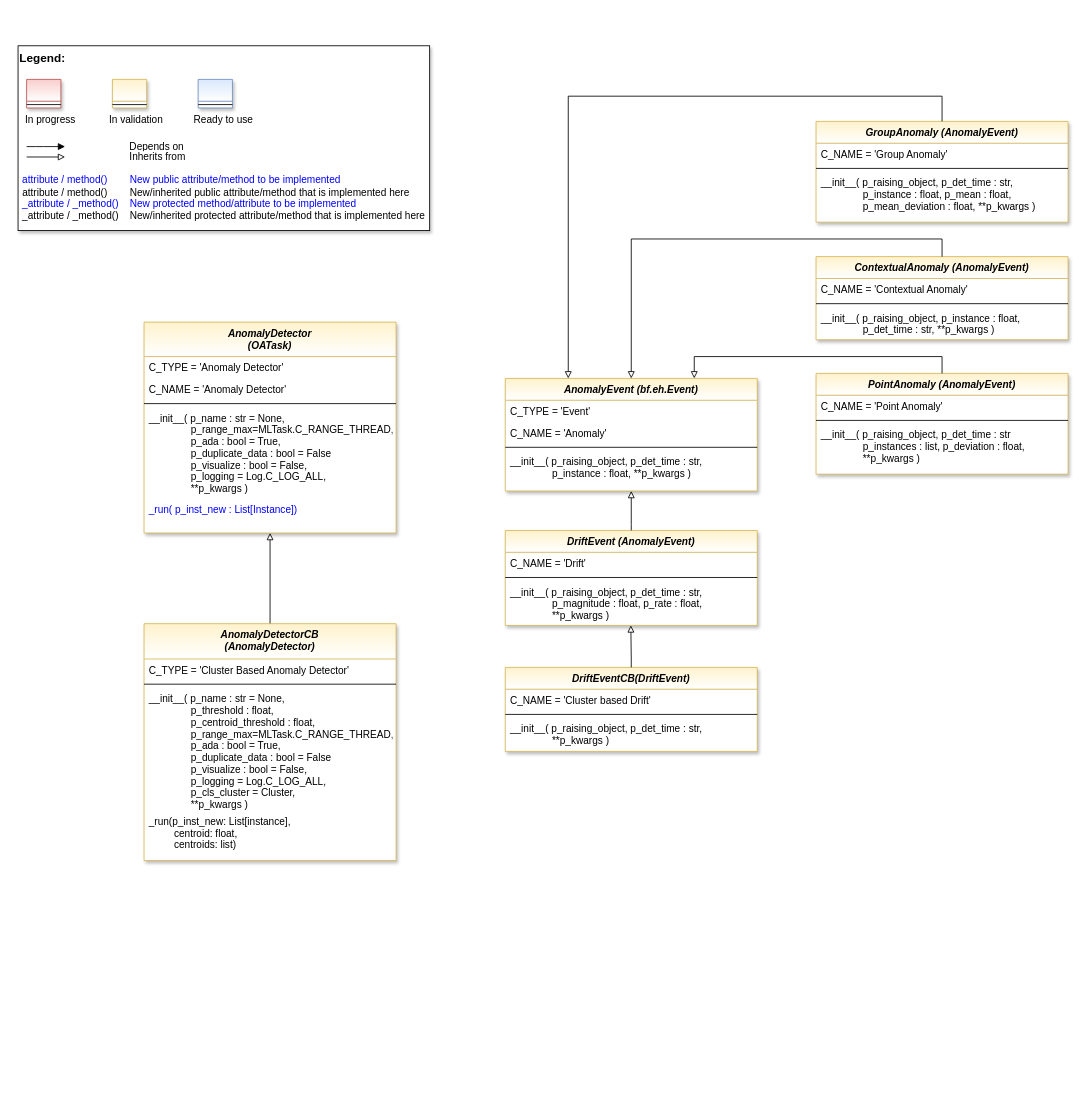
fhswf/MLPro keeps this draw.io diagram as page "Page-1" (1 of 2) of doc/rtd/content/99_appendices/appendix2/sub/core/mlpro_oa/streams/tasks/images/MLPro-OA_Anomaly_Detectors_class_diagram.drawio. Above is the earlier version. Source tidied: cells renumbered, new cells numbered last; positions are measured from the earlier drawing's top-left corner, leaving out a move shared by most shapes. Both pictures are drawn from the tidied source at 84%, with x=0, y=0 at pixel (18, 45).
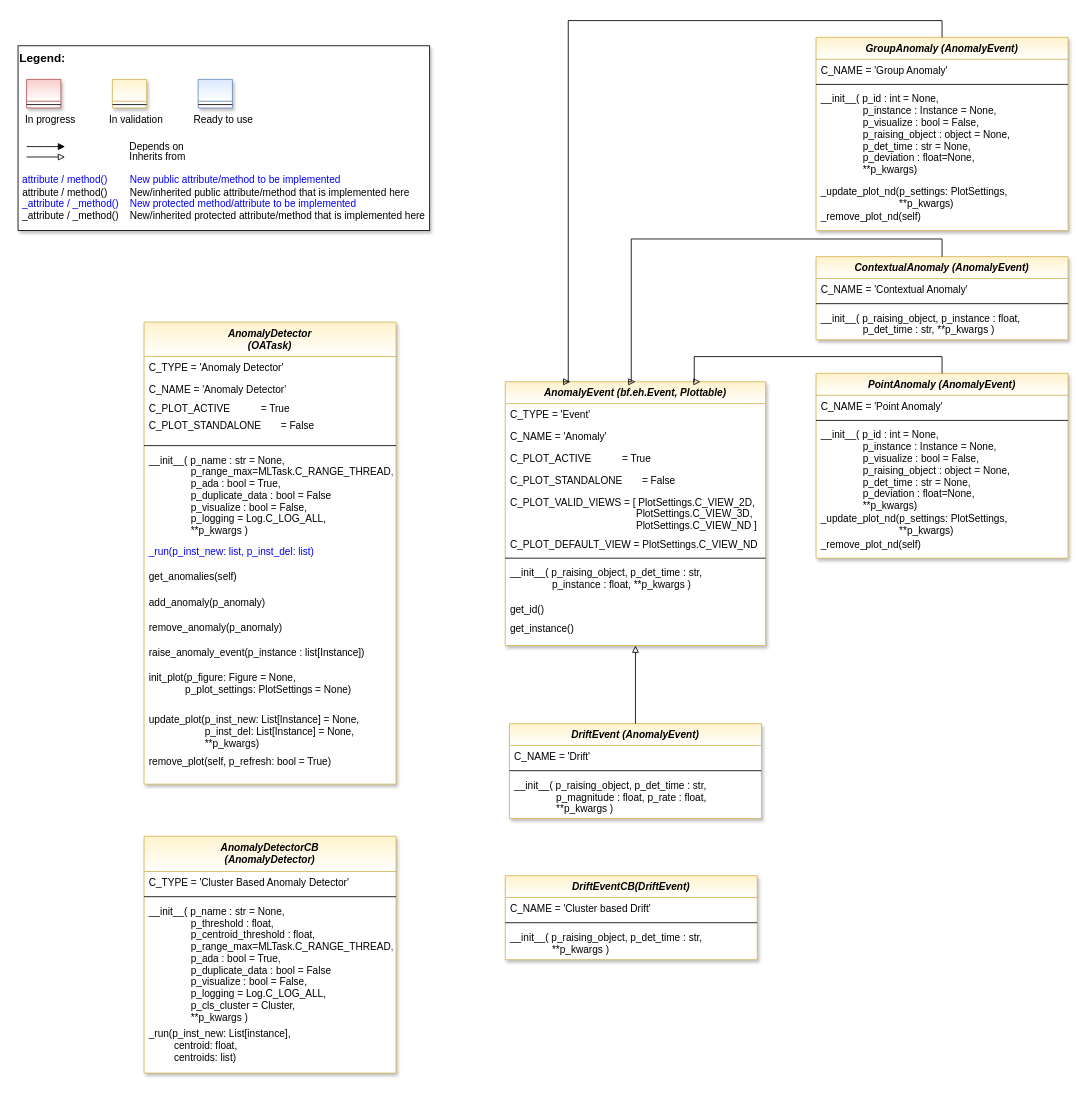
Above is the later version.

Commit message (it also covers changes not shown here):
OA-Streams-AD: Visualization of anomalies #926

Diff of the diagram source:
```diff
@@
     <mxCell id="12" value="AnomalyDetector&#10;(OATask)" style="swimlane;fontStyle=3;align=center;verticalAlign=top;horizontal=1;startSize=41;rounded=0;shadow=1;strokeWidth=1;fillColor=#fff2cc;strokeColor=#d6b656;swimlaneFillColor=#ffffff;gradientColor=#ffffff;" parent="1" vertex="1">
-      <mxGeometry x="150" y="329" width="300" height="251" as="geometry" />
+      <mxGeometry x="150" y="329" width="300" height="550" as="geometry" />
     </mxCell>
@@
     <mxCell id="14" value="C_NAME = 'Anomaly Detector'" style="text;align=left;verticalAlign=top;spacingLeft=4;spacingRight=4;overflow=hidden;fontColor=default;" parent="12" vertex="1">
-      <mxGeometry y="67" width="300" height="26" as="geometry" />
+      <mxGeometry y="67" width="300" height="23" as="geometry" />
     </mxCell>
+    <mxCell id="54" value="C_PLOT_ACTIVE           = True" style="text;align=left;verticalAlign=top;spacingLeft=4;spacingRight=4;overflow=hidden;fontColor=default;html=1;" parent="12" vertex="1">
+      <mxGeometry y="90" width="300" height="20" as="geometry" />
+    </mxCell>
+    <mxCell id="55" value="C_PLOT_STANDALONE       = False" style="text;align=left;verticalAlign=top;spacingLeft=4;spacingRight=4;overflow=hidden;fontColor=default;" parent="12" vertex="1">
+      <mxGeometry y="110" width="300" height="33" as="geometry" />
+    </mxCell>
     <mxCell id="15" style="line;html=1;strokeWidth=1;align=left;verticalAlign=middle;spacingTop=-1;spacingLeft=3;spacingRight=3;labelPosition=right;" parent="12" vertex="1">
-      <mxGeometry y="93" width="300" height="8" as="geometry" />
+      <mxGeometry y="143" width="300" height="8" as="geometry" />
     </mxCell>
     <mxCell id="16" value="__init__( p_name : str = None,&#10;               p_range_max=MLTask.C_RANGE_THREAD,&#10;               p_ada : bool = True,&#10;               p_duplicate_data : bool = False&#10;               p_visualize : bool = False,&#10;               p_logging = Log.C_LOG_ALL,&#10;               **p_kwargs )" style="text;align=left;verticalAlign=top;spacingLeft=4;spacingRight=4;overflow=hidden;fontColor=default;" parent="12" vertex="1">
-      <mxGeometry y="101" width="300" height="109" as="geometry" />
+      <mxGeometry y="151" width="300" height="109" as="geometry" />
     </mxCell>
+    <mxCell id="56" value="_run(p_inst_new: list, p_inst_del: list)" style="text;align=left;verticalAlign=top;spacingLeft=4;spacingRight=4;overflow=hidden;shadow=1;fontColor=#0000FF;" parent="12" vertex="1">
+      <mxGeometry y="260" width="300" height="30" as="geometry" />
+    </mxCell>
-    <mxCell id="17" value="_run( p_inst_new : List[Instance])" style="text;align=left;verticalAlign=top;spacingLeft=4;spacingRight=4;overflow=hidden;shadow=1;fontColor=#0000FF;" parent="12" vertex="1">
-      <mxGeometry y="210" width="300" height="30" as="geometry" />
+    <mxCell id="17" value="get_anomalies(self)" style="text;align=left;verticalAlign=top;spacingLeft=4;spacingRight=4;overflow=hidden;shadow=1;fontColor=#000000;" parent="12" vertex="1">
+      <mxGeometry y="290" width="300" height="30" as="geometry" />
     </mxCell>
+    <mxCell id="57" value="add_anomaly(p_anomaly) " style="text;align=left;verticalAlign=top;spacingLeft=4;spacingRight=4;overflow=hidden;shadow=1;fontColor=#000000;" parent="12" vertex="1">
+      <mxGeometry y="320" width="300" height="30" as="geometry" />
+    </mxCell>
+    <mxCell id="58" value="remove_anomaly(p_anomaly)" style="text;align=left;verticalAlign=top;spacingLeft=4;spacingRight=4;overflow=hidden;shadow=1;fontColor=#000000;" parent="12" vertex="1">
+      <mxGeometry y="350" width="300" height="30" as="geometry" />
+    </mxCell>
+    <mxCell id="59" value="raise_anomaly_event(p_instance : list[Instance])" style="text;align=left;verticalAlign=top;spacingLeft=4;spacingRight=4;overflow=hidden;shadow=1;fontColor=#000000;" parent="12" vertex="1">
+      <mxGeometry y="380" width="300" height="30" as="geometry" />
+    </mxCell>
+    <mxCell id="60" value="init_plot(p_figure: Figure = None,&#10;             p_plot_settings: PlotSettings = None)" style="text;align=left;verticalAlign=top;spacingLeft=4;spacingRight=4;overflow=hidden;shadow=1;fontColor=#000000;" parent="12" vertex="1">
+      <mxGeometry y="410" width="300" height="50" as="geometry" />
+    </mxCell>
+    <mxCell id="61" value="update_plot(p_inst_new: List[Instance] = None,&#10;                    p_inst_del: List[Instance] = None,&#10;                    **p_kwargs)" style="text;align=left;verticalAlign=top;spacingLeft=4;spacingRight=4;overflow=hidden;shadow=1;fontColor=#000000;" parent="12" vertex="1">
+      <mxGeometry y="460" width="300" height="50" as="geometry" />
+    </mxCell>
+    <mxCell id="62" value="remove_plot(self, p_refresh: bool = True)" style="text;align=left;verticalAlign=top;spacingLeft=4;spacingRight=4;overflow=hidden;shadow=1;fontColor=#000000;" parent="12" vertex="1">
+      <mxGeometry y="510" width="300" height="30" as="geometry" />
+    </mxCell>
-    <mxCell id="18" value="AnomalyEvent (bf.eh.Event)" style="swimlane;fontStyle=3;align=center;verticalAlign=top;horizontal=1;startSize=26;rounded=0;shadow=1;strokeWidth=1;fillColor=#fff2cc;strokeColor=#d6b656;swimlaneFillColor=#ffffff;gradientColor=#ffffff;" parent="1" vertex="1">
-      <mxGeometry x="580" y="396" width="300" height="134" as="geometry" />
+    <mxCell id="18" value="AnomalyEvent (bf.eh.Event, Plottable)" style="swimlane;fontStyle=3;align=center;verticalAlign=top;horizontal=1;startSize=26;rounded=0;shadow=1;strokeWidth=1;fillColor=#fff2cc;strokeColor=#d6b656;swimlaneFillColor=#ffffff;gradientColor=#ffffff;" parent="1" vertex="1">
+      <mxGeometry x="580" y="400" width="310" height="314" as="geometry" />
     </mxCell>
     <mxCell id="19" value="C_TYPE = 'Event'" style="text;align=left;verticalAlign=top;spacingLeft=4;spacingRight=4;overflow=hidden;fontColor=default;" parent="18" vertex="1">
-      <mxGeometry y="26" width="300" height="26" as="geometry" />
+      <mxGeometry y="26" width="310" height="26" as="geometry" />
     </mxCell>
     <mxCell id="20" value="C_NAME = 'Anomaly'" style="text;align=left;verticalAlign=top;spacingLeft=4;spacingRight=4;overflow=hidden;fontColor=default;" parent="18" vertex="1">
-      <mxGeometry y="52" width="300" height="26" as="geometry" />
+      <mxGeometry y="52" width="310" height="26" as="geometry" />
     </mxCell>
+    <mxCell id="63" value="C_PLOT_ACTIVE           = True" style="text;align=left;verticalAlign=top;spacingLeft=4;spacingRight=4;overflow=hidden;fontColor=default;" parent="18" vertex="1">
+      <mxGeometry y="78" width="310" height="26" as="geometry" />
+    </mxCell>
+    <mxCell id="64" value="C_PLOT_STANDALONE       = False" style="text;align=left;verticalAlign=top;spacingLeft=4;spacingRight=4;overflow=hidden;fontColor=default;" parent="18" vertex="1">
+      <mxGeometry y="104" width="310" height="26" as="geometry" />
+    </mxCell>
+    <mxCell id="65" value="C_PLOT_VALID_VIEWS = [ PlotSettings.C_VIEW_2D, &#10;                                              PlotSettings.C_VIEW_3D, &#10;                                              PlotSettings.C_VIEW_ND ]" style="text;align=left;verticalAlign=top;spacingLeft=4;spacingRight=4;overflow=hidden;fontColor=default;" parent="18" vertex="1">
+      <mxGeometry y="130" width="310" height="50" as="geometry" />
+    </mxCell>
+    <mxCell id="66" value="C_PLOT_DEFAULT_VIEW = PlotSettings.C_VIEW_ND" style="text;align=left;verticalAlign=top;spacingLeft=4;spacingRight=4;overflow=hidden;fontColor=default;" parent="18" vertex="1">
+      <mxGeometry y="180" width="310" height="26" as="geometry" />
+    </mxCell>
     <mxCell id="21" style="line;html=1;strokeWidth=1;align=left;verticalAlign=middle;spacingTop=-1;spacingLeft=3;spacingRight=3;labelPosition=right;" parent="18" vertex="1">
-      <mxGeometry y="78" width="300" height="8" as="geometry" />
+      <mxGeometry y="206" width="310" height="8" as="geometry" />
     </mxCell>
     <mxCell id="22" value="__init__( p_raising_object, p_det_time : str,&#10;               p_instance : float, **p_kwargs )" style="text;align=left;verticalAlign=top;spacingLeft=4;spacingRight=4;overflow=hidden;" parent="18" vertex="1">
-      <mxGeometry y="86" width="300" height="44" as="geometry" />
+      <mxGeometry y="214" width="310" height="44" as="geometry" />
     </mxCell>
-    <mxCell id="23" style="edgeStyle=orthogonalEdgeStyle;rounded=0;jettySize=auto;html=1;fontColor=#0000FF;endArrow=block;endFill=0;entryX=0.5;entryY=1;entryDx=0;entryDy=0;exitX=0.5;exitY=0;exitDx=0;exitDy=0;" parent="1" edge="1" source="24" target="12">
-      <mxGeometry relative="1" as="geometry">
-        <Array as="points">
-          <mxPoint x="300" y="720" />
-          <mxPoint x="300" y="720" />
-        </Array>
-      </mxGeometry>
-    </mxCell>
+    <mxCell id="67" value="get_id()" style="text;align=left;verticalAlign=top;spacingLeft=4;spacingRight=4;overflow=hidden;" parent="18" vertex="1">
+      <mxGeometry y="258" width="310" height="22" as="geometry" />
+    </mxCell>
+    <mxCell id="68" value="get_instance()" style="text;align=left;verticalAlign=top;spacingLeft=4;spacingRight=4;overflow=hidden;" parent="18" vertex="1">
+      <mxGeometry y="280" width="310" height="20" as="geometry" />
+    </mxCell>
     <mxCell id="24" value="AnomalyDetectorCB &#10;(AnomalyDetector)" style="swimlane;fontStyle=3;align=center;verticalAlign=top;horizontal=1;startSize=42;rounded=0;shadow=1;strokeWidth=1;fillColor=#fff2cc;strokeColor=#d6b656;swimlaneFillColor=#ffffff;gradientColor=#ffffff;" parent="1" vertex="1">
-      <mxGeometry x="150" y="688" width="300" height="282" as="geometry" />
+      <mxGeometry x="150" y="941" width="300" height="282" as="geometry" />
     </mxCell>
@@
     <mxCell id="29" value="PointAnomaly (AnomalyEvent)" style="swimlane;fontStyle=3;align=center;verticalAlign=top;horizontal=1;startSize=26;rounded=0;shadow=1;strokeWidth=1;fillColor=#fff2cc;strokeColor=#d6b656;swimlaneFillColor=#ffffff;gradientColor=#ffffff;" parent="1" vertex="1">
-      <mxGeometry x="950" y="390" width="300" height="120" as="geometry" />
+      <mxGeometry x="950" y="390" width="300" height="220" as="geometry" />
     </mxCell>
@@
-    <mxCell id="32" value="__init__( p_raising_object, p_det_time : str&#10;               p_instances : list, p_deviation : float,&#10;               **p_kwargs )" style="text;align=left;verticalAlign=top;spacingLeft=4;spacingRight=4;overflow=hidden;" parent="29" vertex="1">
-      <mxGeometry y="60" width="300" height="50" as="geometry" />
+    <mxCell id="32" value="__init__( p_id : int = None,&#10;               p_instance : Instance = None,&#10;               p_visualize : bool = False,&#10;               p_raising_object : object = None,&#10;               p_det_time : str = None,&#10;               p_deviation : float=None,&#10;               **p_kwargs)" style="text;align=left;verticalAlign=top;spacingLeft=4;spacingRight=4;overflow=hidden;" parent="29" vertex="1">
+      <mxGeometry y="60" width="300" height="100" as="geometry" />
     </mxCell>
+    <mxCell id="69" value="_update_plot_nd(p_settings: PlotSettings,&#10;                            **p_kwargs)" style="text;align=left;verticalAlign=top;spacingLeft=4;spacingRight=4;overflow=hidden;" parent="29" vertex="1">
+      <mxGeometry y="160" width="300" height="30" as="geometry" />
+    </mxCell>
+    <mxCell id="70" value="_remove_plot_nd(self)" style="text;align=left;verticalAlign=top;spacingLeft=4;spacingRight=4;overflow=hidden;" parent="29" vertex="1">
+      <mxGeometry y="190" width="300" height="20" as="geometry" />
+    </mxCell>
     <mxCell id="33" value="DriftEvent (AnomalyEvent)" style="swimlane;fontStyle=3;align=center;verticalAlign=top;horizontal=1;startSize=26;rounded=0;shadow=1;strokeWidth=1;fillColor=#fff2cc;strokeColor=#d6b656;swimlaneFillColor=#ffffff;gradientColor=#ffffff;" parent="1" vertex="1">
-      <mxGeometry x="580" y="577" width="300" height="113" as="geometry" />
+      <mxGeometry x="585" y="807" width="300" height="113" as="geometry" />
     </mxCell>
@@
     <mxCell id="37" style="edgeStyle=orthogonalEdgeStyle;rounded=0;jettySize=auto;html=1;fontColor=#0000FF;endArrow=block;endFill=0;exitX=0.5;exitY=0;exitDx=0;exitDy=0;entryX=0.5;entryY=1;entryDx=0;entryDy=0;" parent="1" edge="1" source="33" target="18">
-      <mxGeometry relative="1" as="geometry">
-        <Array as="points">
-          <mxPoint x="730" y="570" />
-          <mxPoint x="730" y="570" />
-        </Array>
-      </mxGeometry>
+      <mxGeometry relative="1" as="geometry" />
     </mxCell>
     <mxCell id="38" value="DriftEventCB(DriftEvent)" style="swimlane;fontStyle=3;align=center;verticalAlign=top;horizontal=1;startSize=26;rounded=0;shadow=1;strokeWidth=1;fillColor=#fff2cc;strokeColor=#d6b656;swimlaneFillColor=#ffffff;gradientColor=#ffffff;" parent="1" vertex="1">
-      <mxGeometry x="580" y="740" width="300" height="100" as="geometry" />
+      <mxGeometry x="580" y="988" width="300" height="100" as="geometry" />
     </mxCell>
@@
     <mxCell id="42" value="GroupAnomaly (AnomalyEvent)" style="swimlane;fontStyle=3;align=center;verticalAlign=top;horizontal=1;startSize=26;rounded=0;shadow=1;strokeWidth=1;fillColor=#fff2cc;strokeColor=#d6b656;swimlaneFillColor=#ffffff;gradientColor=#ffffff;" parent="1" vertex="1">
-      <mxGeometry x="950" y="90" width="300" height="120" as="geometry" />
+      <mxGeometry x="950" y="-10" width="300" height="230" as="geometry" />
     </mxCell>
@@
-    <mxCell id="45" value="__init__( p_raising_object, p_det_time : str,&#10;               p_instance : float, p_mean : float,&#10;               p_mean_deviation : float, **p_kwargs )" style="text;align=left;verticalAlign=top;spacingLeft=4;spacingRight=4;overflow=hidden;" parent="42" vertex="1">
-      <mxGeometry y="60" width="300" height="50" as="geometry" />
+    <mxCell id="45" value="__init__( p_id : int = None,&#10;               p_instance : Instance = None,&#10;               p_visualize : bool = False,&#10;               p_raising_object : object = None,&#10;               p_det_time : str = None,&#10;               p_deviation : float=None,&#10;               **p_kwargs)" style="text;align=left;verticalAlign=top;spacingLeft=4;spacingRight=4;overflow=hidden;" parent="42" vertex="1">
+      <mxGeometry y="60" width="300" height="110" as="geometry" />
     </mxCell>
+    <mxCell id="71" value="_update_plot_nd(p_settings: PlotSettings,&#10;                            **p_kwargs)" style="text;align=left;verticalAlign=top;spacingLeft=4;spacingRight=4;overflow=hidden;" parent="42" vertex="1">
+      <mxGeometry y="170" width="300" height="30" as="geometry" />
+    </mxCell>
+    <mxCell id="72" value="_remove_plot_nd(self)" style="text;align=left;verticalAlign=top;spacingLeft=4;spacingRight=4;overflow=hidden;" parent="42" vertex="1">
+      <mxGeometry y="200" width="300" height="20" as="geometry" />
+    </mxCell>
@@
     <mxCell id="50" style="edgeStyle=orthogonalEdgeStyle;rounded=0;jettySize=auto;html=1;fontColor=#0000FF;endArrow=block;endFill=0;entryX=0.25;entryY=0;entryDx=0;entryDy=0;exitX=0.5;exitY=0;exitDx=0;exitDy=0;" parent="1" edge="1" source="42" target="18">
       <mxGeometry relative="1" as="geometry">
         <Array as="points">
-          <mxPoint x="1100" y="60" />
-          <mxPoint x="655" y="60" />
+          <mxPoint x="1100" y="-30" />
+          <mxPoint x="655" y="-30" />
+          <mxPoint x="655" y="400" />
         </Array>
       </mxGeometry>
     </mxCell>
@@
-    <mxCell id="53" style="edgeStyle=orthogonalEdgeStyle;rounded=0;jettySize=auto;html=1;fontColor=#0000FF;endArrow=block;endFill=0;entryX=0.5;entryY=1;entryDx=0;entryDy=0;exitX=0.5;exitY=0;exitDx=0;exitDy=0;" parent="1" edge="1" source="38">
-      <mxGeometry relative="1" as="geometry">
-        <mxPoint x="729.5" y="690" as="targetPoint" />
-        <Array as="points">
-          <mxPoint x="730" y="730" />
-        </Array>
-      </mxGeometry>
-    </mxCell>
```
